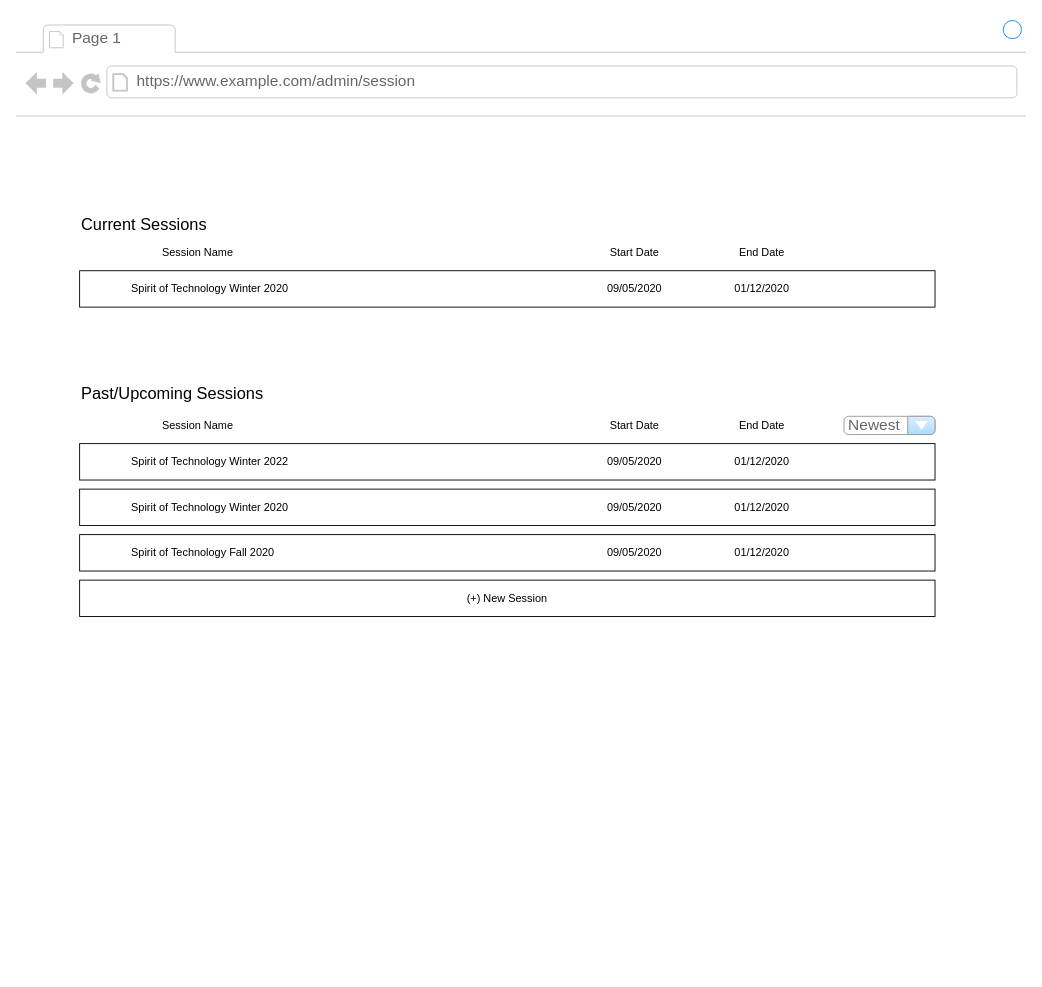
Before: page "Admin Sessions" (3 of 7) of wireframe.drawio in AnsonTran/Live-Coding-Docs, a draw.io diagram. Source tidied: cells renumbered, new cells numbered last; positions are measured from the earlier drawing's top-left corner, leaving out a move shared by most shapes. Both pictures are drawn from the tidied source at 91%, with x=0, y=0 at pixel (15, 15).
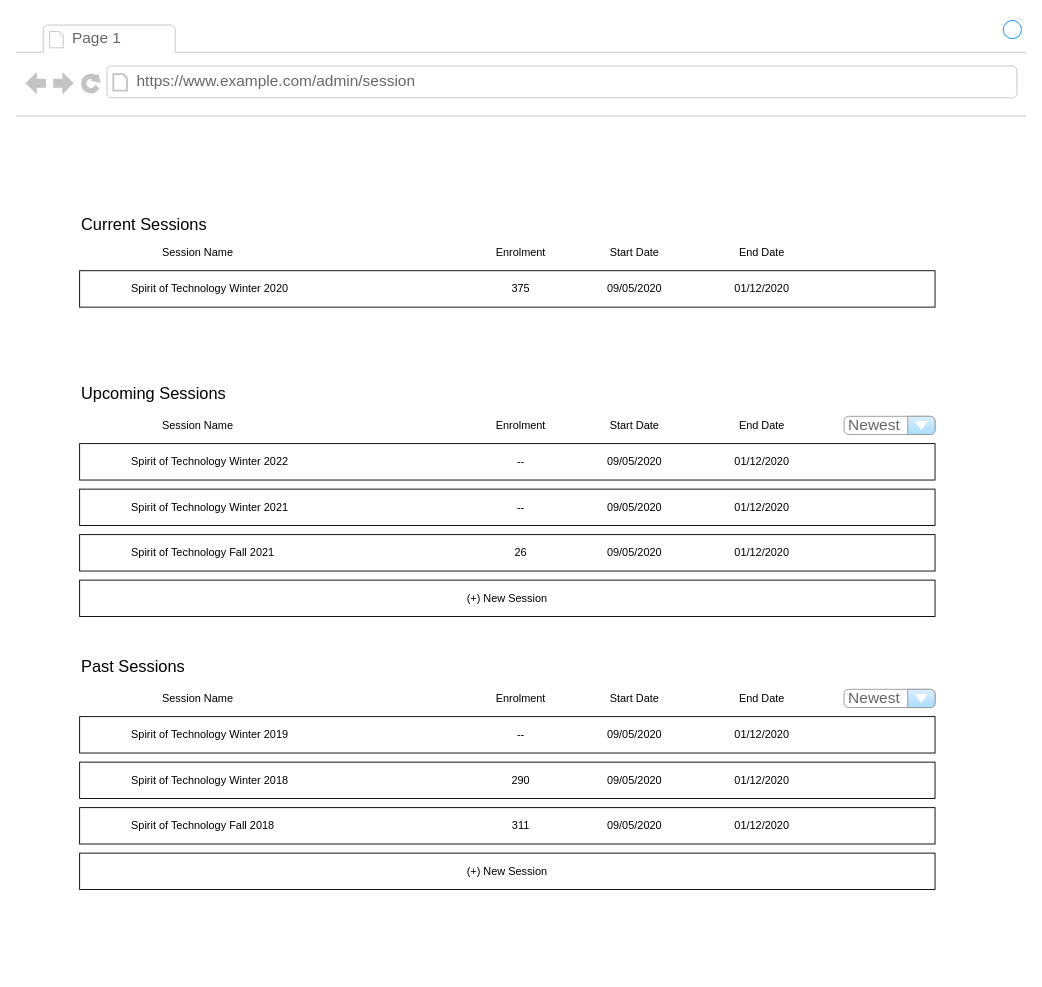
After the change.

What changed in the source:
```diff
@@
     <mxCell id="2" style="strokeWidth=1;shadow=0;dashed=0;align=center;html=1;shape=mxgraph.mockup.containers.browserWindow;rSize=0;strokeColor2=#008cff;strokeColor3=#c4c4c4;mainText=,;strokeColor=#FFFFFF;fontColor=#FFFFFF;" parent="1" vertex="1">
-      <mxGeometry width="1110" height="820" as="geometry" />
+      <mxGeometry width="1110" height="1050" as="geometry" />
     </mxCell>
@@
-    <mxCell id="5" value="&lt;font color=&quot;#000000&quot;&gt;&lt;span style=&quot;font-size: 18px&quot;&gt;Past/Upcoming Sessions&lt;/span&gt;&lt;/font&gt;" style="text;html=1;strokeColor=none;fillColor=none;align=left;verticalAlign=middle;whiteSpace=wrap;rounded=0;labelBackgroundColor=none;sketch=0;fontColor=#FFFFFF;" parent="2" vertex="1">
+    <mxCell id="5" value="&lt;font color=&quot;#000000&quot;&gt;&lt;span style=&quot;font-size: 18px&quot;&gt;Upcoming Sessions&lt;/span&gt;&lt;/font&gt;" style="text;html=1;strokeColor=none;fillColor=none;align=left;verticalAlign=middle;whiteSpace=wrap;rounded=0;labelBackgroundColor=none;sketch=0;fontColor=#FFFFFF;" parent="2" vertex="1">
       <mxGeometry x="70" y="390" width="210" height="50" as="geometry" />
     </mxCell>
@@
-    <mxCell id="15" value="&lt;font color=&quot;#000000&quot;&gt;Spirit of Technology Winter 2020&lt;/font&gt;" style="text;html=1;strokeColor=none;fillColor=none;align=left;verticalAlign=middle;whiteSpace=wrap;rounded=0;labelBackgroundColor=none;sketch=0;fontColor=#FFFFFF;" parent="2" vertex="1">
+    <mxCell id="15" value="&lt;font color=&quot;#000000&quot;&gt;Spirit of Technology Winter 2021&lt;/font&gt;" style="text;html=1;strokeColor=none;fillColor=none;align=left;verticalAlign=middle;whiteSpace=wrap;rounded=0;labelBackgroundColor=none;sketch=0;fontColor=#FFFFFF;" parent="2" vertex="1">
       <mxGeometry x="125" y="530" width="195" height="20" as="geometry" />
     </mxCell>
-    <mxCell id="16" value="&lt;font color=&quot;#000000&quot;&gt;Spirit of Technology Fall 2020&lt;/font&gt;" style="text;html=1;strokeColor=none;fillColor=none;align=left;verticalAlign=middle;whiteSpace=wrap;rounded=0;labelBackgroundColor=none;sketch=0;fontColor=#FFFFFF;" parent="2" vertex="1">
+    <mxCell id="16" value="&lt;font color=&quot;#000000&quot;&gt;Spirit of Technology Fall 2021&lt;/font&gt;" style="text;html=1;strokeColor=none;fillColor=none;align=left;verticalAlign=middle;whiteSpace=wrap;rounded=0;labelBackgroundColor=none;sketch=0;fontColor=#FFFFFF;" parent="2" vertex="1">
       <mxGeometry x="125" y="580" width="195" height="20" as="geometry" />
     </mxCell>
@@
+    <mxCell id="31" value="Enrolment" style="text;html=1;strokeColor=none;fillColor=none;align=center;verticalAlign=middle;whiteSpace=wrap;rounded=0;" parent="2" vertex="1">
+      <mxGeometry x="535" y="250" width="40" height="20" as="geometry" />
+    </mxCell>
+    <mxCell id="32" value="375" style="text;html=1;strokeColor=none;fillColor=none;align=center;verticalAlign=middle;whiteSpace=wrap;rounded=0;" parent="2" vertex="1">
+      <mxGeometry x="535" y="290" width="40" height="20" as="geometry" />
+    </mxCell>
+    <mxCell id="33" value="Enrolment" style="text;html=1;strokeColor=none;fillColor=none;align=center;verticalAlign=middle;whiteSpace=wrap;rounded=0;" parent="2" vertex="1">
+      <mxGeometry x="535" y="440" width="40" height="20" as="geometry" />
+    </mxCell>
+    <mxCell id="34" value="--" style="text;html=1;strokeColor=none;fillColor=none;align=center;verticalAlign=middle;whiteSpace=wrap;rounded=0;" parent="2" vertex="1">
+      <mxGeometry x="535" y="480" width="40" height="20" as="geometry" />
+    </mxCell>
+    <mxCell id="35" value="26" style="text;html=1;strokeColor=none;fillColor=none;align=center;verticalAlign=middle;whiteSpace=wrap;rounded=0;" parent="2" vertex="1">
+      <mxGeometry x="535" y="580" width="40" height="20" as="geometry" />
+    </mxCell>
+    <mxCell id="36" value="--" style="text;html=1;strokeColor=none;fillColor=none;align=center;verticalAlign=middle;whiteSpace=wrap;rounded=0;" parent="2" vertex="1">
+      <mxGeometry x="535" y="530" width="40" height="20" as="geometry" />
+    </mxCell>
+    <mxCell id="37" value="&lt;font color=&quot;#000000&quot;&gt;&lt;span style=&quot;font-size: 18px&quot;&gt;Past Sessions&lt;/span&gt;&lt;/font&gt;" style="text;html=1;strokeColor=none;fillColor=none;align=left;verticalAlign=middle;whiteSpace=wrap;rounded=0;labelBackgroundColor=none;sketch=0;fontColor=#FFFFFF;" parent="2" vertex="1">
+      <mxGeometry x="70" y="690" width="210" height="50" as="geometry" />
+    </mxCell>
+    <mxCell id="38" value="&lt;font color=&quot;#000000&quot;&gt;Start Date&lt;/font&gt;" style="text;html=1;strokeColor=none;fillColor=none;align=center;verticalAlign=middle;whiteSpace=wrap;rounded=0;labelBackgroundColor=none;sketch=0;fontColor=#FFFFFF;" parent="2" vertex="1">
+      <mxGeometry x="640" y="740" width="80" height="20" as="geometry" />
+    </mxCell>
+    <mxCell id="39" value="&lt;font color=&quot;#000000&quot;&gt;End Date&lt;/font&gt;" style="text;html=1;strokeColor=none;fillColor=none;align=center;verticalAlign=middle;whiteSpace=wrap;rounded=0;labelBackgroundColor=none;sketch=0;fontColor=#FFFFFF;" parent="2" vertex="1">
+      <mxGeometry x="780" y="740" width="80" height="20" as="geometry" />
+    </mxCell>
+    <mxCell id="40" value="&lt;font color=&quot;#000000&quot;&gt;(+) New Session&lt;/font&gt;" style="rounded=0;whiteSpace=wrap;html=1;labelBackgroundColor=none;sketch=0;fillColor=none;fontColor=#FFFFFF;align=center;" parent="2" vertex="1">
+      <mxGeometry x="70" y="920" width="940" height="40" as="geometry" />
+    </mxCell>
+    <mxCell id="41" value="Newest" style="strokeWidth=1;shadow=0;dashed=0;align=center;html=1;shape=mxgraph.mockup.forms.comboBox;strokeColor=#999999;fillColor=#ddeeff;align=left;fillColor2=#aaddff;mainText=;fontColor=#666666;fontSize=17;spacingLeft=3;" parent="2" vertex="1">
+      <mxGeometry x="910" y="740" width="100" height="20" as="geometry" />
+    </mxCell>
+    <mxCell id="42" value="&lt;font color=&quot;#000000&quot;&gt;Session Name&lt;/font&gt;" style="text;html=1;strokeColor=none;fillColor=none;align=center;verticalAlign=middle;whiteSpace=wrap;rounded=0;labelBackgroundColor=none;sketch=0;fontColor=#FFFFFF;" parent="2" vertex="1">
+      <mxGeometry x="150" y="740" width="100" height="20" as="geometry" />
+    </mxCell>
+    <mxCell id="43" style="rounded=0;whiteSpace=wrap;html=1;labelBackgroundColor=none;sketch=0;fillColor=none;fontColor=#FFFFFF;align=left;" parent="2" vertex="1">
+      <mxGeometry x="70" y="770" width="940" height="40" as="geometry" />
+    </mxCell>
+    <mxCell id="44" value="&lt;font color=&quot;#000000&quot;&gt;Spirit of Technology Winter 2019&lt;/font&gt;" style="text;html=1;strokeColor=none;fillColor=none;align=left;verticalAlign=middle;whiteSpace=wrap;rounded=0;labelBackgroundColor=none;sketch=0;fontColor=#FFFFFF;" parent="2" vertex="1">
+      <mxGeometry x="125" y="780" width="225" height="20" as="geometry" />
+    </mxCell>
+    <mxCell id="45" style="rounded=0;whiteSpace=wrap;html=1;labelBackgroundColor=none;sketch=0;fillColor=none;fontColor=#FFFFFF;align=left;" parent="2" vertex="1">
+      <mxGeometry x="70" y="820" width="940" height="40" as="geometry" />
+    </mxCell>
+    <mxCell id="46" style="rounded=0;whiteSpace=wrap;html=1;labelBackgroundColor=none;sketch=0;fillColor=none;fontColor=#FFFFFF;align=left;" parent="2" vertex="1">
+      <mxGeometry x="70" y="870" width="940" height="40" as="geometry" />
+    </mxCell>
+    <mxCell id="47" value="&lt;font color=&quot;#000000&quot;&gt;Spirit of Technology Winter 2018&lt;/font&gt;" style="text;html=1;strokeColor=none;fillColor=none;align=left;verticalAlign=middle;whiteSpace=wrap;rounded=0;labelBackgroundColor=none;sketch=0;fontColor=#FFFFFF;" parent="2" vertex="1">
+      <mxGeometry x="125" y="830" width="195" height="20" as="geometry" />
+    </mxCell>
+    <mxCell id="48" value="&lt;font color=&quot;#000000&quot;&gt;Spirit of Technology Fall 2018&lt;/font&gt;" style="text;html=1;strokeColor=none;fillColor=none;align=left;verticalAlign=middle;whiteSpace=wrap;rounded=0;labelBackgroundColor=none;sketch=0;fontColor=#FFFFFF;" parent="2" vertex="1">
+      <mxGeometry x="125" y="880" width="195" height="20" as="geometry" />
+    </mxCell>
+    <mxCell id="49" value="Enrolment" style="text;html=1;strokeColor=none;fillColor=none;align=center;verticalAlign=middle;whiteSpace=wrap;rounded=0;" parent="2" vertex="1">
+      <mxGeometry x="535" y="740" width="40" height="20" as="geometry" />
+    </mxCell>
+    <mxCell id="50" value="--" style="text;html=1;strokeColor=none;fillColor=none;align=center;verticalAlign=middle;whiteSpace=wrap;rounded=0;" parent="2" vertex="1">
+      <mxGeometry x="535" y="780" width="40" height="20" as="geometry" />
+    </mxCell>
+    <mxCell id="51" value="311" style="text;html=1;strokeColor=none;fillColor=none;align=center;verticalAlign=middle;whiteSpace=wrap;rounded=0;" parent="2" vertex="1">
+      <mxGeometry x="535" y="880" width="40" height="20" as="geometry" />
+    </mxCell>
+    <mxCell id="52" value="290" style="text;html=1;strokeColor=none;fillColor=none;align=center;verticalAlign=middle;whiteSpace=wrap;rounded=0;" parent="2" vertex="1">
+      <mxGeometry x="535" y="830" width="40" height="20" as="geometry" />
+    </mxCell>
+    <mxCell id="53" value="&lt;font color=&quot;#000000&quot;&gt;09/05/2020&lt;/font&gt;" style="text;html=1;strokeColor=none;fillColor=none;align=center;verticalAlign=middle;whiteSpace=wrap;rounded=0;labelBackgroundColor=none;sketch=0;fontColor=#FFFFFF;" parent="2" vertex="1">
+      <mxGeometry x="660" y="780" width="40" height="20" as="geometry" />
+    </mxCell>
+    <mxCell id="54" value="&lt;font color=&quot;#000000&quot;&gt;01/12/2020&lt;/font&gt;" style="text;html=1;strokeColor=none;fillColor=none;align=center;verticalAlign=middle;whiteSpace=wrap;rounded=0;labelBackgroundColor=none;sketch=0;fontColor=#FFFFFF;" parent="2" vertex="1">
+      <mxGeometry x="800" y="780" width="40" height="20" as="geometry" />
+    </mxCell>
+    <mxCell id="55" value="&lt;font color=&quot;#000000&quot;&gt;09/05/2020&lt;/font&gt;" style="text;html=1;strokeColor=none;fillColor=none;align=center;verticalAlign=middle;whiteSpace=wrap;rounded=0;labelBackgroundColor=none;sketch=0;fontColor=#FFFFFF;" parent="2" vertex="1">
+      <mxGeometry x="660" y="830" width="40" height="20" as="geometry" />
+    </mxCell>
+    <mxCell id="56" value="&lt;font color=&quot;#000000&quot;&gt;01/12/2020&lt;/font&gt;" style="text;html=1;strokeColor=none;fillColor=none;align=center;verticalAlign=middle;whiteSpace=wrap;rounded=0;labelBackgroundColor=none;sketch=0;fontColor=#FFFFFF;" parent="2" vertex="1">
+      <mxGeometry x="800" y="830" width="40" height="20" as="geometry" />
+    </mxCell>
+    <mxCell id="57" value="&lt;font color=&quot;#000000&quot;&gt;09/05/2020&lt;/font&gt;" style="text;html=1;strokeColor=none;fillColor=none;align=center;verticalAlign=middle;whiteSpace=wrap;rounded=0;labelBackgroundColor=none;sketch=0;fontColor=#FFFFFF;" parent="2" vertex="1">
+      <mxGeometry x="660" y="880" width="40" height="20" as="geometry" />
+    </mxCell>
+    <mxCell id="58" value="&lt;font color=&quot;#000000&quot;&gt;01/12/2020&lt;/font&gt;" style="text;html=1;strokeColor=none;fillColor=none;align=center;verticalAlign=middle;whiteSpace=wrap;rounded=0;labelBackgroundColor=none;sketch=0;fontColor=#FFFFFF;" parent="2" vertex="1">
+      <mxGeometry x="800" y="880" width="40" height="20" as="geometry" />
+    </mxCell>
```
